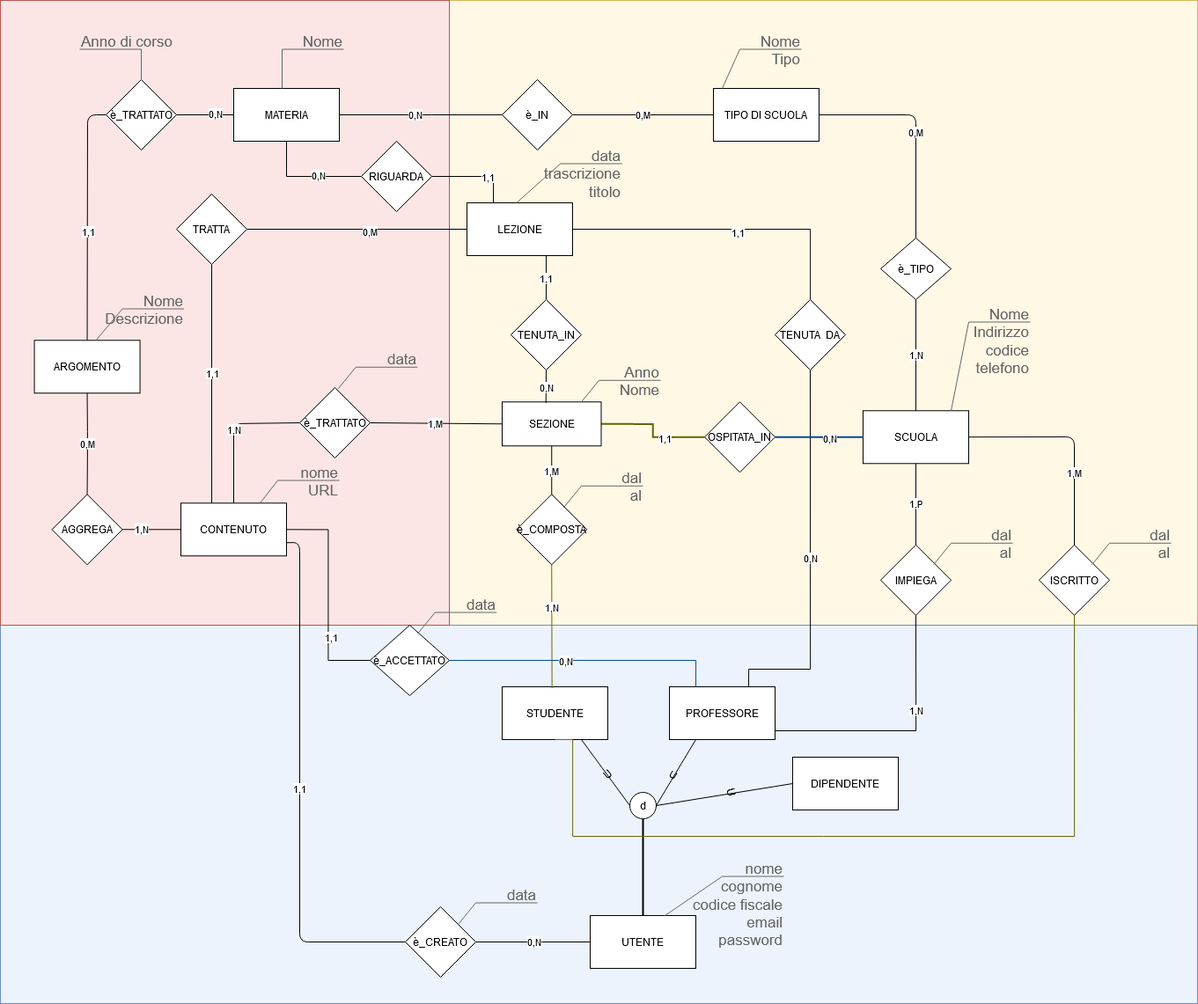
The draw.io diagram Documentazione/Database/MODELLO_E-R.png in Gjnger9/BIG-DATA-MANAGEMENT, before a commit. Source tidied: cells renumbered, new cells last; positions are measured from the earlier drawing's top-left corner, leaving out a move shared by most shapes.
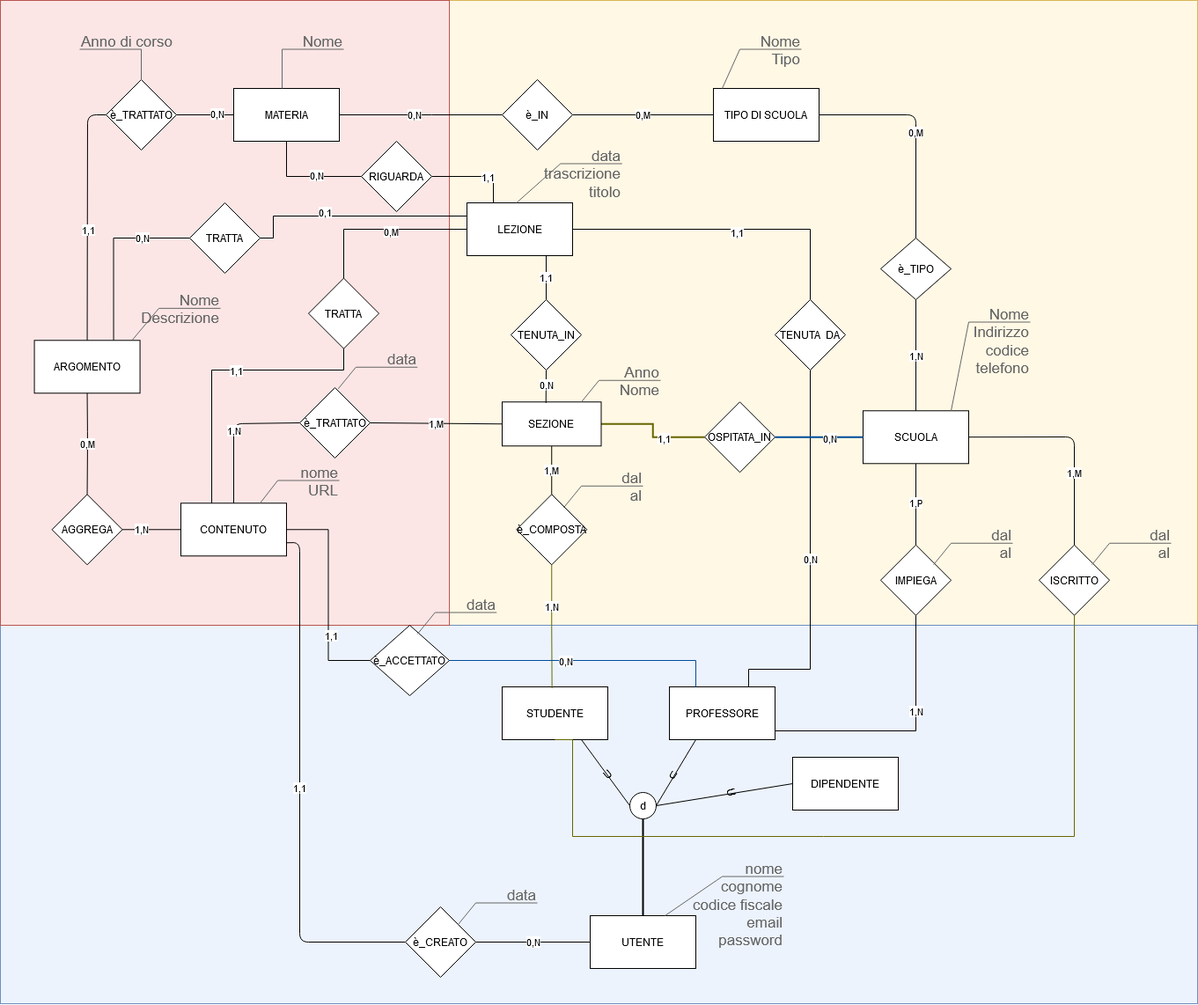
Later version of the same file.

Diff of the diagram source:
```diff
@@ -14,9 +14,9 @@
     <mxCell id="5" style="edgeStyle=orthogonalEdgeStyle;rounded=0;jettySize=auto;html=1;exitX=1;exitY=0.5;exitDx=0;exitDy=0;entryX=0;entryY=0.5;entryDx=0;entryDy=0;endArrow=none;endFill=0;strokeColor=#000000;strokeWidth=1;" parent="1" edge="1" source="7" target="86">
       <mxGeometry relative="1" as="geometry" />
     </mxCell>
-    <mxCell id="6" value="1,1" style="edgeLabel;html=1;align=center;verticalAlign=middle;" parent="5" vertex="1">
-      <mxGeometry x="0.38" y="2" relative="1" as="geometry" />
-    </mxCell>
+    <mxCell id="97" value="1,1" style="edgeLabel;html=1;align=center;verticalAlign=middle;" parent="5" vertex="1">
+      <mxGeometry x="0.38" y="2" relative="1" as="geometry" />
+    </mxCell>
     <mxCell id="7" value="CONTENUTO" style="rounded=0;whiteSpace=wrap;html=1;" parent="1" vertex="1">
       <mxGeometry x="205" y="571.3" width="120" height="60" as="geometry" />
     </mxCell>
@@ -29,9 +29,9 @@
     <mxCell id="10" style="edgeStyle=orthogonalEdgeStyle;rounded=0;jettySize=auto;html=1;exitX=0.5;exitY=1;exitDx=0;exitDy=0;entryX=0;entryY=0.5;entryDx=0;entryDy=0;endArrow=none;endFill=0;" parent="1" edge="1" source="12" target="93">
       <mxGeometry relative="1" as="geometry" />
     </mxCell>
-    <mxCell id="11" value="0,N" style="edgeLabel;html=1;align=center;verticalAlign=middle;" parent="10" vertex="1">
-      <mxGeometry x="0.18" y="2" relative="1" as="geometry" />
-    </mxCell>
+    <mxCell id="98" value="0,N" style="edgeLabel;html=1;align=center;verticalAlign=middle;" parent="10" vertex="1">
+      <mxGeometry x="0.18" y="2" relative="1" as="geometry" />
+    </mxCell>
     <mxCell id="12" value="MATERIA" style="rounded=0;whiteSpace=wrap;html=1;" parent="1" vertex="1">
       <mxGeometry x="265" y="100" width="120" height="60" as="geometry" />
     </mxCell>
@@ -117,11 +117,11 @@
         </Array>
       </mxGeometry>
     </mxCell>
-    <mxCell id="33" value="1,1" style="edgeLabel;html=1;align=center;verticalAlign=middle;" parent="32" vertex="1">
-      <mxGeometry x="-0.5" y="-1" relative="1" as="geometry">
-        <mxPoint x="-1.1" y="-56.3" as="offset" />
-      </mxGeometry>
-    </mxCell>
+    <mxCell id="99" value="1,1" style="edgeLabel;html=1;align=center;verticalAlign=middle;" parent="32" vertex="1">
+      <mxGeometry x="-0.5" y="-1" relative="1" as="geometry">
+        <mxPoint x="-1.1" y="-56.3" as="offset" />
+      </mxGeometry>
+    </mxCell>
     <mxCell id="34" style="endArrow=none;html=1;entryX=0;entryY=0.5;entryDx=0;entryDy=0;" parent="1" edge="1" source="13" target="12">
       <mxGeometry relative="1" as="geometry" />
     </mxCell>
@@ -132,7 +132,7 @@
       <mxGeometry x="295" y="520" width="90" height="51.3" as="geometry" />
     </mxCell>
     <mxCell id="37" value="&lt;div&gt;Nome&lt;/div&gt;&lt;div&gt;Descrizione&lt;br&gt;&lt;/div&gt;" style="strokeWidth=1;shadow=0;dashed=0;align=center;html=1;shape=mxgraph.mockup.text.callout;linkText=;textSize=17;textColor=#666666;callDir=NE;callStyle=line;fontSize=17;fontColor=#666666;align=right;verticalAlign=top;strokeColor=#666666;" parent="1" vertex="1">
-      <mxGeometry x="108.6" y="325" width="100" height="61.3" as="geometry" />
+      <mxGeometry x="150" y="324.4" width="100" height="61.3" as="geometry" />
     </mxCell>
     <mxCell id="38" value="Nome" style="strokeWidth=1;shadow=0;dashed=0;align=center;html=1;shape=mxgraph.mockup.text.callout;linkText=;textSize=17;textColor=#666666;callDir=NE;callStyle=line;fontSize=17;fontColor=#666666;align=right;verticalAlign=top;strokeColor=#666666;" parent="1" vertex="1">
       <mxGeometry x="320" y="30" width="70" height="70" as="geometry" />
@@ -152,9 +152,9 @@
     <mxCell id="43" style="edgeStyle=orthogonalEdgeStyle;rounded=0;jettySize=auto;html=1;exitX=1;exitY=0.5;exitDx=0;exitDy=0;entryX=0;entryY=0.5;entryDx=0;entryDy=0;endArrow=none;endFill=0;strokeColor=#666600;strokeWidth=2;" parent="1" edge="1" source="45" target="90">
       <mxGeometry relative="1" as="geometry" />
     </mxCell>
-    <mxCell id="44" value="1,1" style="edgeLabel;html=1;align=center;verticalAlign=middle;" parent="43" vertex="1">
-      <mxGeometry x="0.28" relative="1" as="geometry" />
-    </mxCell>
+    <mxCell id="100" value="1,1" style="edgeLabel;html=1;align=center;verticalAlign=middle;" parent="43" vertex="1">
+      <mxGeometry x="0.28" relative="1" as="geometry" />
+    </mxCell>
     <mxCell id="45" value="SEZIONE" style="rounded=0;whiteSpace=wrap;html=1;" parent="1" vertex="1">
       <mxGeometry x="570" y="456.3" width="112.5" height="50" as="geometry" />
     </mxCell>
@@ -248,20 +248,33 @@
     <mxCell id="69" value="1,1" style="edgeStyle=orthogonalEdgeStyle;rounded=0;jettySize=auto;html=1;exitX=0.75;exitY=1;exitDx=0;exitDy=0;entryX=0.5;entryY=0;entryDx=0;entryDy=0;endArrow=none;endFill=0;" parent="1" edge="1" source="74" target="77">
       <mxGeometry relative="1" as="geometry" />
     </mxCell>
-    <mxCell id="70" style="edgeStyle=orthogonalEdgeStyle;rounded=0;jettySize=auto;html=1;exitX=0;exitY=0.5;exitDx=0;exitDy=0;endArrow=none;endFill=0;" parent="1" edge="1" source="74" target="80">
-      <mxGeometry relative="1" as="geometry" />
-    </mxCell>
+    <mxCell id="101" style="edgeStyle=orthogonalEdgeStyle;rounded=0;jettySize=auto;html=1;exitX=0;exitY=0.5;exitDx=0;exitDy=0;endArrow=none;endFill=0;" parent="1" edge="1" source="74" target="107">
+      <mxGeometry relative="1" as="geometry" />
+    </mxCell>
-    <mxCell id="71" value="0,M" style="edgeLabel;html=1;align=center;verticalAlign=middle;" parent="70" vertex="1">
+    <mxCell id="71" value="0,M" style="edgeLabel;html=1;align=center;verticalAlign=middle;" parent="101" vertex="1">
       <mxGeometry x="-0.11" y="2" relative="1" as="geometry" />
     </mxCell>
     <mxCell id="72" style="edgeStyle=orthogonalEdgeStyle;rounded=0;jettySize=auto;html=1;exitX=1;exitY=0.5;exitDx=0;exitDy=0;endArrow=none;endFill=0;" parent="1" edge="1" source="74" target="82">
       <mxGeometry relative="1" as="geometry" />
     </mxCell>
-    <mxCell id="73" value="1,1" style="edgeLabel;html=1;align=center;verticalAlign=middle;" parent="72" vertex="1">
-      <mxGeometry x="0.06" y="-3" relative="1" as="geometry">
-        <mxPoint x="1" as="offset" />
-      </mxGeometry>
-    </mxCell>
+    <mxCell id="102" value="1,1" style="edgeLabel;html=1;align=center;verticalAlign=middle;" parent="72" vertex="1">
+      <mxGeometry x="0.06" y="-3" relative="1" as="geometry">
+        <mxPoint x="1" as="offset" />
+      </mxGeometry>
+    </mxCell>
+    <mxCell id="103" style="edgeStyle=orthogonalEdgeStyle;rounded=0;jettySize=auto;html=1;exitX=0;exitY=0.25;exitDx=0;exitDy=0;entryX=1;entryY=0.5;entryDx=0;entryDy=0;endArrow=none;endFill=0;" parent="1" edge="1" source="74" target="114">
+      <mxGeometry relative="1" as="geometry">
+        <Array as="points">
+          <mxPoint x="310" y="245" />
+          <mxPoint x="310" y="270" />
+        </Array>
+      </mxGeometry>
+    </mxCell>
+    <mxCell id="104" value="0,1" style="edgeLabel;html=1;align=center;verticalAlign=middle;" parent="103" vertex="1">
+      <mxGeometry x="0.25" y="4" relative="1" as="geometry">
+        <mxPoint y="-9" as="offset" />
+      </mxGeometry>
+    </mxCell>
     <mxCell id="74" value="LEZIONE" style="rounded=0;whiteSpace=wrap;html=1;" parent="1" vertex="1">
       <mxGeometry x="530" y="230" width="120" height="60" as="geometry" />
     </mxCell>
@@ -274,15 +287,20 @@
     <mxCell id="77" value="TENUTA_IN" style="rhombus;whiteSpace=wrap;html=1;" parent="1" vertex="1">
       <mxGeometry x="580" y="340" width="80" height="80" as="geometry" />
     </mxCell>
-    <mxCell id="78" style="edgeStyle=orthogonalEdgeStyle;rounded=0;jettySize=auto;html=1;exitX=0.5;exitY=1;exitDx=0;exitDy=0;entryX=0.292;entryY=0;entryDx=0;entryDy=0;endArrow=none;endFill=0;entryPerimeter=0;" parent="1" edge="1" source="80" target="7">
-      <mxGeometry relative="1" as="geometry" />
-    </mxCell>
-    <mxCell id="79" value="1,1" style="edgeLabel;html=1;align=center;verticalAlign=middle;" parent="78" vertex="1">
-      <mxGeometry x="-0.1" relative="1" as="geometry" />
-    </mxCell>
-    <mxCell id="80" value="TRATTA" style="rhombus;whiteSpace=wrap;html=1;" parent="1" vertex="1">
-      <mxGeometry x="200" y="220" width="80" height="80" as="geometry" />
-    </mxCell>
+    <mxCell id="105" style="edgeStyle=orthogonalEdgeStyle;rounded=0;jettySize=auto;html=1;exitX=0.5;exitY=1;exitDx=0;exitDy=0;entryX=0.292;entryY=0;entryDx=0;entryDy=0;endArrow=none;endFill=0;entryPerimeter=0;" parent="1" edge="1" source="107" target="7">
+      <mxGeometry relative="1" as="geometry">
+        <Array as="points">
+          <mxPoint x="390" y="420" />
+          <mxPoint x="240" y="420" />
+        </Array>
+      </mxGeometry>
+    </mxCell>
+    <mxCell id="106" value="1,1" style="edgeLabel;html=1;align=center;verticalAlign=middle;" parent="105" vertex="1">
+      <mxGeometry x="-0.1" relative="1" as="geometry" />
+    </mxCell>
+    <mxCell id="107" value="TRATTA" style="rhombus;whiteSpace=wrap;html=1;" parent="1" vertex="1">
+      <mxGeometry x="350" y="315.6" width="80" height="80" as="geometry" />
+    </mxCell>
     <mxCell id="81" value="0,N" style="edgeStyle=orthogonalEdgeStyle;rounded=0;jettySize=auto;html=1;exitX=0.5;exitY=1;exitDx=0;exitDy=0;entryX=0.75;entryY=0;entryDx=0;entryDy=0;endArrow=none;endFill=0;" parent="1" edge="1" source="82" target="21">
       <mxGeometry relative="1" as="geometry">
         <Array as="points">
@@ -300,11 +318,11 @@
     <mxCell id="84" style="edgeStyle=orthogonalEdgeStyle;rounded=0;jettySize=auto;html=1;exitX=1;exitY=0.5;exitDx=0;exitDy=0;entryX=0.25;entryY=0;entryDx=0;entryDy=0;endArrow=none;endFill=0;strokeWidth=1;strokeColor=#004C99;" parent="1" edge="1" source="86" target="21">
       <mxGeometry relative="1" as="geometry" />
     </mxCell>
-    <mxCell id="85" value="0,N" style="edgeLabel;html=1;align=center;verticalAlign=middle;" parent="84" vertex="1">
-      <mxGeometry x="0.16" y="-1" relative="1" as="geometry">
-        <mxPoint x="-49.2" y="-1" as="offset" />
-      </mxGeometry>
-    </mxCell>
+    <mxCell id="108" value="0,N" style="edgeLabel;html=1;align=center;verticalAlign=middle;" parent="84" vertex="1">
+      <mxGeometry x="0.16" y="-1" relative="1" as="geometry">
+        <mxPoint x="-49.2" y="-1" as="offset" />
+      </mxGeometry>
+    </mxCell>
     <mxCell id="86" value="è_ACCETTATO" style="rhombus;whiteSpace=wrap;html=1;" parent="1" vertex="1">
       <mxGeometry x="420" y="710" width="90" height="80" as="geometry" />
     </mxCell>
@@ -314,33 +332,42 @@
     <mxCell id="88" style="edgeStyle=orthogonalEdgeStyle;rounded=0;jettySize=auto;html=1;exitX=1;exitY=0.5;exitDx=0;exitDy=0;entryX=0;entryY=0.5;entryDx=0;entryDy=0;endArrow=none;endFill=0;strokeWidth=2;strokeColor=#004C99;" parent="1" edge="1" source="90" target="53">
       <mxGeometry relative="1" as="geometry" />
     </mxCell>
-    <mxCell id="89" value="0,N" style="edgeLabel;html=1;align=center;verticalAlign=middle;" parent="88" vertex="1">
-      <mxGeometry x="0.21" relative="1" as="geometry">
-        <mxPoint x="1" as="offset" />
-      </mxGeometry>
-    </mxCell>
+    <mxCell id="109" value="0,N" style="edgeLabel;html=1;align=center;verticalAlign=middle;" parent="88" vertex="1">
+      <mxGeometry x="0.21" relative="1" as="geometry">
+        <mxPoint x="1" as="offset" />
+      </mxGeometry>
+    </mxCell>
     <mxCell id="90" value="OSPITATA_IN" style="rhombus;whiteSpace=wrap;html=1;" parent="1" vertex="1">
       <mxGeometry x="800" y="456.3" width="80" height="80" as="geometry" />
     </mxCell>
     <mxCell id="91" style="edgeStyle=orthogonalEdgeStyle;rounded=0;jettySize=auto;html=1;exitX=1;exitY=0.5;exitDx=0;exitDy=0;entryX=0.25;entryY=0;entryDx=0;entryDy=0;endArrow=none;endFill=0;" parent="1" edge="1" source="93" target="74">
       <mxGeometry relative="1" as="geometry" />
     </mxCell>
-    <mxCell id="92" value="1,1" style="edgeLabel;html=1;align=center;verticalAlign=middle;" parent="91" vertex="1">
-      <mxGeometry x="0.24" relative="1" as="geometry" />
-    </mxCell>
+    <mxCell id="110" value="1,1" style="edgeLabel;html=1;align=center;verticalAlign=middle;" parent="91" vertex="1">
+      <mxGeometry x="0.24" relative="1" as="geometry" />
+    </mxCell>
     <mxCell id="93" value="RIGUARDA" style="rhombus;whiteSpace=wrap;html=1;" parent="1" vertex="1">
       <mxGeometry x="410" y="160" width="80" height="80" as="geometry" />
     </mxCell>
     <mxCell id="94" value="DIPENDENTE" style="rounded=0;whiteSpace=wrap;html=1;" parent="1" vertex="1">
       <mxGeometry x="900" y="860" width="120" height="60" as="geometry" />
     </mxCell>
-    <mxCell id="95" style="endArrow=none;html=1;entryX=1;entryY=0.5;entryDx=0;entryDy=0;exitX=0;exitY=0.5;exitDx=0;exitDy=0;" parent="1" edge="1" source="94">
-      <mxGeometry relative="1" as="geometry">
-        <mxPoint x="745" y="915" as="targetPoint" />
-      </mxGeometry>
-    </mxCell>
+    <mxCell id="111" style="endArrow=none;html=1;entryX=1;entryY=0.5;entryDx=0;entryDy=0;exitX=0;exitY=0.5;exitDx=0;exitDy=0;" parent="1" edge="1" source="94">
+      <mxGeometry relative="1" as="geometry">
+        <mxPoint x="745" y="915" as="targetPoint" />
+      </mxGeometry>
+    </mxCell>
     <mxCell id="96" value="&lt;div&gt;U&lt;/div&gt;" style="text;html=1;align=center;verticalAlign=middle;rotation=75;" parent="1" vertex="1">
       <mxGeometry x="820" y="890" width="20" height="20" as="geometry" />
     </mxCell>
+    <mxCell id="112" style="edgeStyle=orthogonalEdgeStyle;rounded=0;jettySize=auto;html=1;exitX=0;exitY=0.5;exitDx=0;exitDy=0;entryX=0.75;entryY=0;entryDx=0;entryDy=0;endArrow=none;endFill=0;" parent="1" edge="1" source="114" target="8">
+      <mxGeometry relative="1" as="geometry" />
+    </mxCell>
+    <mxCell id="113" value="0,N" style="edgeLabel;html=1;align=center;verticalAlign=middle;" parent="112" vertex="1">
+      <mxGeometry x="-0.46" y="-1" relative="1" as="geometry" />
+    </mxCell>
+    <mxCell id="114" value="TRATTA" style="rhombus;whiteSpace=wrap;html=1;" parent="1" vertex="1">
+      <mxGeometry x="215" y="230" width="80" height="80" as="geometry" />
+    </mxCell>
   </root>
 </mxGraphModel>
```
